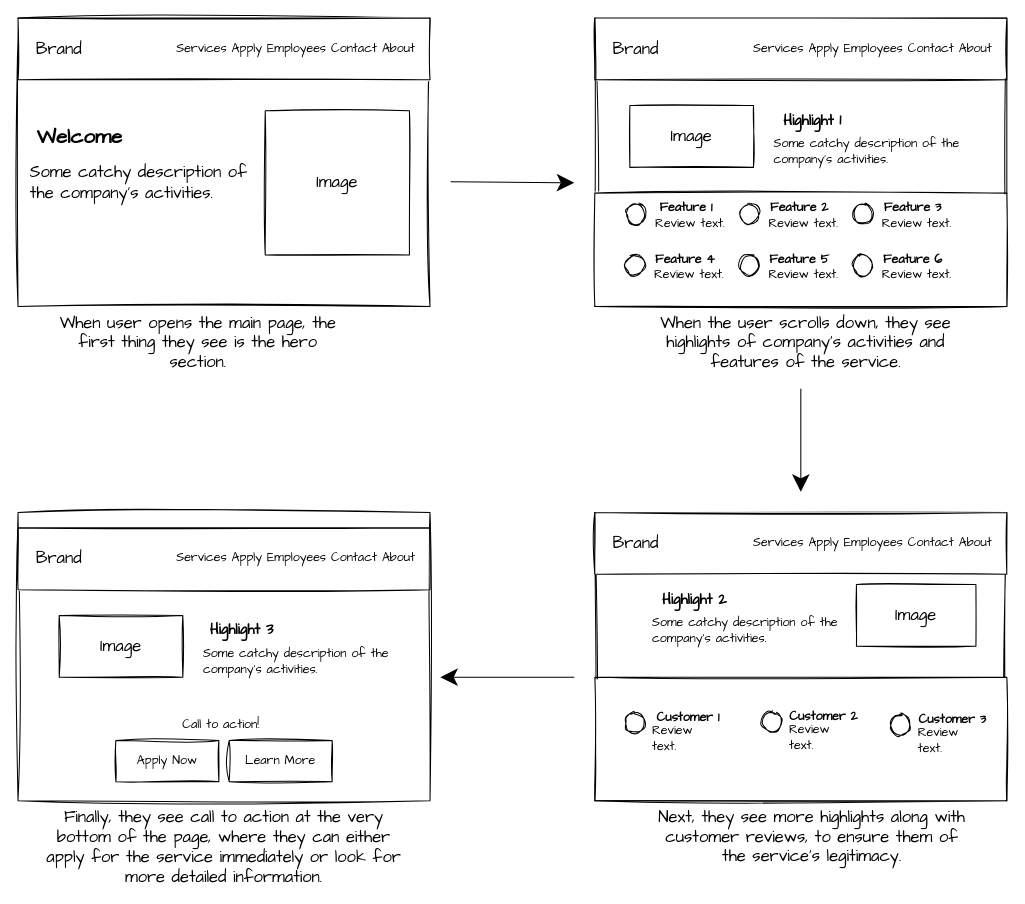
This is lecture_10/task_2/Storyboard.drawio from daniilsjb/uwe-web-application-construction, a draw.io file, before an edit. Source tidied: cells renumbered, new cells numbered last; positions are measured from the earlier drawing's top-left corner, leaving out a move shared by most shapes. Both pictures are drawn from the tidied source at 103%, with x=0, y=0 at pixel (18, 18).
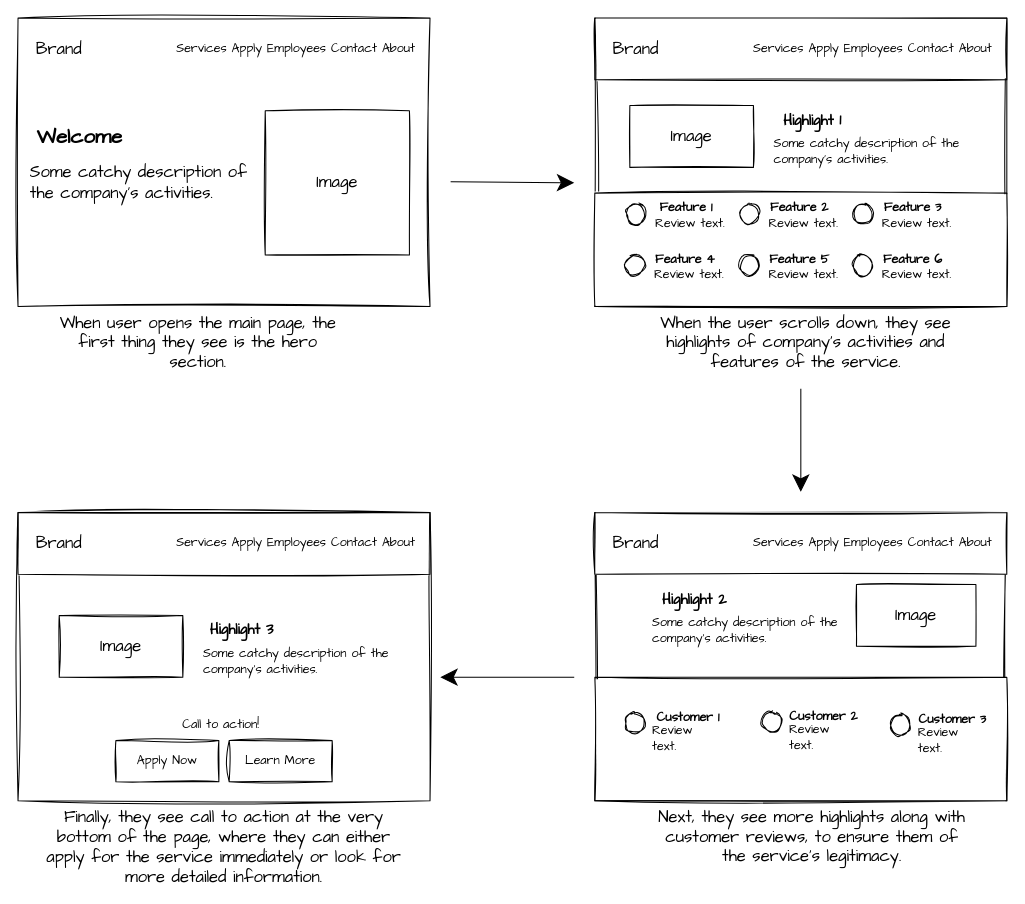
The same diagram, later.

Change to the diagram source:
```diff
@@
-    <mxCell id="3" style="rounded=0;whiteSpace=wrap;html=1;sketch=1;fontSize=16;" parent="1" vertex="1">
-      <mxGeometry width="400" height="60" as="geometry" />
-    </mxCell>
@@
     <mxCell id="58" style="rounded=0;whiteSpace=wrap;html=1;sketch=1;fontSize=16;" parent="1" vertex="1">
-      <mxGeometry y="495" width="400" height="60" as="geometry" />
+      <mxGeometry y="480" width="400" height="60" as="geometry" />
     </mxCell>
     <mxCell id="59" value="Brand" style="text;html=1;strokeColor=none;fillColor=none;align=center;verticalAlign=middle;whiteSpace=wrap;rounded=0;sketch=1;fontSize=16;fontFamily=Comic Sans MS;" parent="1" vertex="1">
-      <mxGeometry x="10" y="510" width="60" height="30" as="geometry" />
+      <mxGeometry x="10" y="495" width="60" height="30" as="geometry" />
     </mxCell>
     <mxCell id="60" value="Services Apply Employees Contact About" style="text;html=1;strokeColor=none;fillColor=none;align=center;verticalAlign=middle;whiteSpace=wrap;rounded=0;sketch=1;fontFamily=Comic Sans MS;fontSize=12;" parent="1" vertex="1">
-      <mxGeometry x="150" y="510" width="240" height="30" as="geometry" />
+      <mxGeometry x="150" y="495" width="240" height="30" as="geometry" />
     </mxCell>
```
